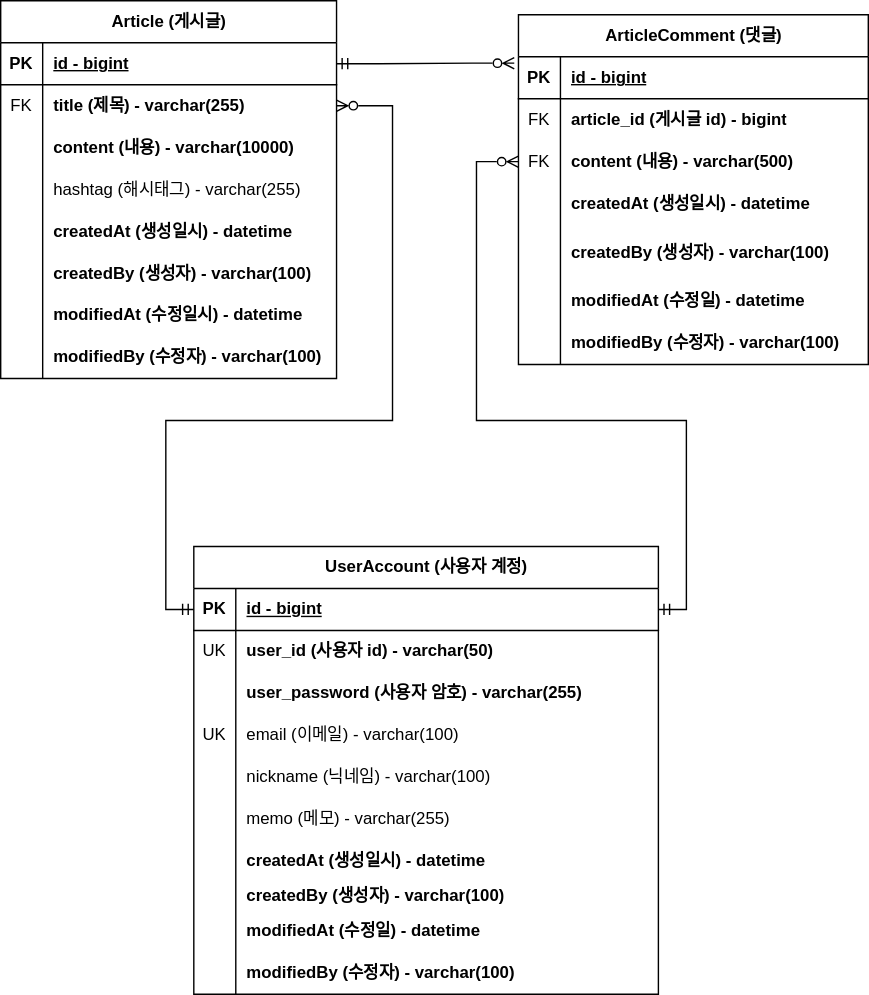
The draw.io diagram part2/document/Project-Board-ERD.svg in nayoong02/fastcampus-spring, before a commit. Source tidied: cells renumbered, new cells last; positions are measured from the earlier drawing's top-left corner, leaving out a move shared by most shapes.
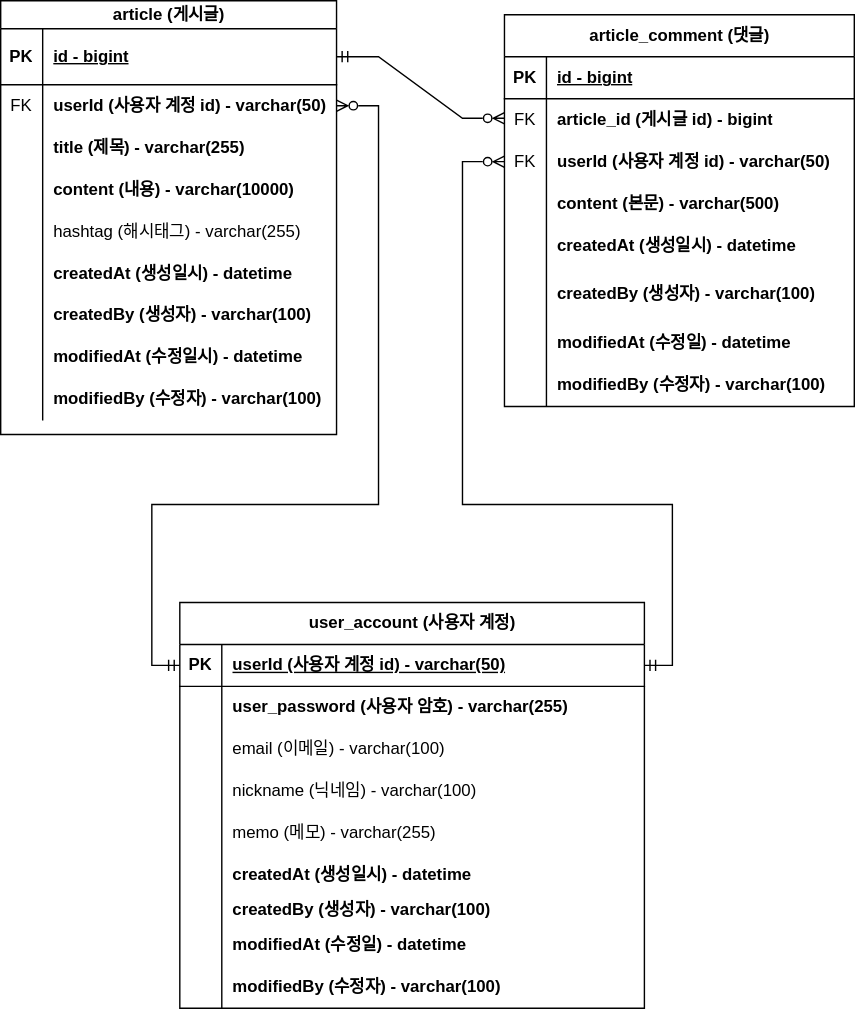
Above is the later version.

Commit message:
#35 - ERD 수정 : 회원 계정 user_id 를 PK 로 변경

회원 계정의 기존 `id` 삭제 후, `user_id` 를 PK 로 변경

What changed in the source:
```diff
@@ -4,13 +4,13 @@
     <mxCell id="1" parent="0" />
-    <mxCell id="2" value="Article (게시글)" style="shape=table;startSize=30;rowLines=0;fontStyle=1;align=center;html=1;" parent="1" vertex="1">
-      <mxGeometry width="240" height="270" as="geometry" />
+    <mxCell id="2" value="article (게시글)" style="shape=table;startSize=20;rowLines=0;fontStyle=1;align=center;html=1;" parent="1" vertex="1">
+      <mxGeometry x="10" y="-40" width="240" height="310" as="geometry" />
     </mxCell>
     <mxCell id="3" style="shape=tableRow;horizontal=0;startSize=0;swimlaneHead=0;swimlaneBody=0;fillColor=none;points=[[0,0.5],[1,0.5]];portConstraint=eastwest;top=0;left=0;right=0;bottom=1;" parent="2" vertex="1">
-      <mxGeometry y="30" width="240" height="30" as="geometry" />
+      <mxGeometry y="20" width="240" height="40" as="geometry" />
     </mxCell>
     <mxCell id="4" value="PK" style="shape=partialRectangle;fillColor=none;top=0;left=0;bottom=0;right=0;fontStyle=1;overflow=hidden;whiteSpace=wrap;html=1;" parent="3" vertex="1">
-      <mxGeometry width="30" height="30" as="geometry" />
+      <mxGeometry width="30" height="40" as="geometry" />
     </mxCell>
     <mxCell id="5" value="id - bigint" style="shape=partialRectangle;fillColor=none;top=0;left=0;bottom=0;right=0;align=left;spacingLeft=6;fontStyle=5;overflow=hidden;whiteSpace=wrap;html=1;" parent="3" vertex="1">
-      <mxGeometry x="30" width="210" height="30" as="geometry" />
+      <mxGeometry x="30" width="210" height="40" as="geometry" />
     </mxCell>
@@ -22,7 +22,16 @@
     </mxCell>
-    <mxCell id="8" value="title (제목) - varchar(255)&lt;span style=&quot;white-space: pre;&quot;&gt; &lt;/span&gt;&lt;span style=&quot;white-space: pre;&quot;&gt; &lt;/span&gt;" style="shape=partialRectangle;fillColor=none;top=0;left=0;bottom=0;right=0;align=left;spacingLeft=6;overflow=hidden;whiteSpace=wrap;html=1;fontStyle=1;" parent="6" vertex="1">
+    <mxCell id="8" value="userId (사용자 계정&amp;nbsp;id) - varchar(50)" style="shape=partialRectangle;fillColor=none;top=0;left=0;bottom=0;right=0;align=left;spacingLeft=6;overflow=hidden;whiteSpace=wrap;html=1;fontStyle=1;" parent="6" vertex="1">
       <mxGeometry x="30" width="210" height="30" as="geometry" />
     </mxCell>
+    <mxCell id="83" style="shape=tableRow;horizontal=0;startSize=0;swimlaneHead=0;swimlaneBody=0;fillColor=none;top=0;left=0;right=0;bottom=0;" parent="2" vertex="1">
+      <mxGeometry y="90" width="240" height="30" as="geometry" />
+    </mxCell>
+    <mxCell id="84" style="shape=partialRectangle;fillColor=none;top=0;left=0;bottom=0;right=0;overflow=hidden;whiteSpace=wrap;html=1;" parent="83" vertex="1">
+      <mxGeometry width="30" height="30" as="geometry" />
+    </mxCell>
+    <mxCell id="85" value="title (제목) - varchar(255)&lt;span style=&quot;white-space: pre;&quot;&gt; &lt;/span&gt;&lt;span style=&quot;white-space: pre;&quot;&gt; &lt;/span&gt;" style="shape=partialRectangle;fillColor=none;top=0;left=0;bottom=0;right=0;align=left;spacingLeft=6;overflow=hidden;whiteSpace=wrap;html=1;fontStyle=1;" parent="83" vertex="1">
+      <mxGeometry x="30" width="210" height="30" as="geometry" />
+    </mxCell>
     <mxCell id="9" style="shape=tableRow;horizontal=0;startSize=0;swimlaneHead=0;swimlaneBody=0;fillColor=none;top=0;left=0;right=0;bottom=0;" parent="2" vertex="1">
-      <mxGeometry y="90" width="240" height="30" as="geometry" />
+      <mxGeometry y="120" width="240" height="30" as="geometry" />
     </mxCell>
@@ -35,3 +44,3 @@
     <mxCell id="12" style="shape=tableRow;horizontal=0;startSize=0;swimlaneHead=0;swimlaneBody=0;fillColor=none;top=0;left=0;right=0;bottom=0;" parent="2" vertex="1">
-      <mxGeometry y="120" width="240" height="30" as="geometry" />
+      <mxGeometry y="150" width="240" height="30" as="geometry" />
     </mxCell>
@@ -44,3 +53,3 @@
     <mxCell id="15" style="shape=tableRow;horizontal=0;startSize=0;swimlaneHead=0;swimlaneBody=0;fillColor=none;top=0;left=0;right=0;bottom=0;" parent="2" vertex="1">
-      <mxGeometry y="150" width="240" height="30" as="geometry" />
+      <mxGeometry y="180" width="240" height="30" as="geometry" />
     </mxCell>
@@ -53,3 +62,3 @@
     <mxCell id="18" style="shape=tableRow;horizontal=0;startSize=0;swimlaneHead=0;swimlaneBody=0;fillColor=none;top=0;left=0;right=0;bottom=0;" parent="2" vertex="1">
-      <mxGeometry y="180" width="240" height="30" as="geometry" />
+      <mxGeometry y="210" width="240" height="30" as="geometry" />
     </mxCell>
@@ -62,3 +71,3 @@
     <mxCell id="21" style="shape=tableRow;horizontal=0;startSize=0;swimlaneHead=0;swimlaneBody=0;fillColor=none;top=0;left=0;right=0;bottom=0;" parent="2" vertex="1">
-      <mxGeometry y="210" width="240" height="30" as="geometry" />
+      <mxGeometry y="240" width="240" height="30" as="geometry" />
     </mxCell>
@@ -71,3 +80,3 @@
     <mxCell id="24" style="shape=tableRow;horizontal=0;startSize=0;swimlaneHead=0;swimlaneBody=0;fillColor=none;top=0;left=0;right=0;bottom=0;" parent="2" vertex="1">
-      <mxGeometry y="240" width="240" height="30" as="geometry" />
+      <mxGeometry y="270" width="240" height="30" as="geometry" />
     </mxCell>
@@ -79,4 +88,4 @@
     </mxCell>
-    <mxCell id="27" value="ArticleComment (댓글)" style="shape=table;startSize=30;rowLines=0;fontStyle=1;align=center;html=1;" parent="1" vertex="1">
-      <mxGeometry x="370" y="10" width="250" height="250" as="geometry" />
+    <mxCell id="27" value="article_comment (댓글)" style="shape=table;startSize=30;rowLines=0;fontStyle=1;align=center;html=1;" parent="1" vertex="1">
+      <mxGeometry x="370" y="-30" width="250" height="280" as="geometry" />
     </mxCell>
@@ -106,7 +115,16 @@
     </mxCell>
-    <mxCell id="36" value="content (내용) - varchar(500)" style="shape=partialRectangle;fillColor=none;top=0;left=0;bottom=0;right=0;align=left;spacingLeft=6;overflow=hidden;whiteSpace=wrap;html=1;fontStyle=1;" parent="34" vertex="1">
+    <mxCell id="36" value="userId (사용자 계정 id) - varchar(50)" style="shape=partialRectangle;fillColor=none;top=0;left=0;bottom=0;right=0;align=left;spacingLeft=6;overflow=hidden;whiteSpace=wrap;html=1;fontStyle=1;" parent="34" vertex="1">
       <mxGeometry x="30" width="220" height="30" as="geometry" />
     </mxCell>
+    <mxCell id="86" style="shape=tableRow;horizontal=0;startSize=0;swimlaneHead=0;swimlaneBody=0;fillColor=none;top=0;left=0;right=0;bottom=0;" parent="27" vertex="1">
+      <mxGeometry y="120" width="250" height="30" as="geometry" />
+    </mxCell>
+    <mxCell id="87" style="shape=partialRectangle;fillColor=none;top=0;left=0;bottom=0;right=0;overflow=hidden;whiteSpace=wrap;html=1;" parent="86" vertex="1">
+      <mxGeometry width="30" height="30" as="geometry" />
+    </mxCell>
+    <mxCell id="88" value="content (본문) - varchar(500)" style="shape=partialRectangle;fillColor=none;top=0;left=0;bottom=0;right=0;align=left;spacingLeft=6;overflow=hidden;whiteSpace=wrap;html=1;fontStyle=1;" parent="86" vertex="1">
+      <mxGeometry x="30" width="220" height="30" as="geometry" />
+    </mxCell>
     <mxCell id="37" style="shape=tableRow;horizontal=0;startSize=0;swimlaneHead=0;swimlaneBody=0;fillColor=none;top=0;left=0;right=0;bottom=0;" parent="27" vertex="1">
-      <mxGeometry y="120" width="250" height="30" as="geometry" />
+      <mxGeometry y="150" width="250" height="30" as="geometry" />
     </mxCell>
@@ -119,3 +137,3 @@
     <mxCell id="40" style="shape=tableRow;horizontal=0;startSize=0;swimlaneHead=0;swimlaneBody=0;fillColor=none;top=0;left=0;right=0;bottom=0;" parent="27" vertex="1">
-      <mxGeometry y="150" width="250" height="40" as="geometry" />
+      <mxGeometry y="180" width="250" height="40" as="geometry" />
     </mxCell>
@@ -128,3 +146,3 @@
     <mxCell id="43" style="shape=tableRow;horizontal=0;startSize=0;swimlaneHead=0;swimlaneBody=0;fillColor=none;top=0;left=0;right=0;bottom=0;" parent="27" vertex="1">
-      <mxGeometry y="190" width="250" height="30" as="geometry" />
+      <mxGeometry y="220" width="250" height="30" as="geometry" />
     </mxCell>
@@ -137,3 +155,3 @@
     <mxCell id="46" style="shape=tableRow;horizontal=0;startSize=0;swimlaneHead=0;swimlaneBody=0;fillColor=none;top=0;left=0;right=0;bottom=0;" parent="27" vertex="1">
-      <mxGeometry y="220" width="250" height="30" as="geometry" />
+      <mxGeometry y="250" width="250" height="30" as="geometry" />
     </mxCell>
@@ -145,7 +163,9 @@
     </mxCell>
-    <mxCell id="49" style="edgeStyle=entityRelationEdgeStyle;fontSize=12;html=1;endArrow=ERzeroToMany;startArrow=ERmandOne;rounded=0;entryX=-0.012;entryY=0.154;entryDx=0;entryDy=0;entryPerimeter=0;exitX=1;exitY=0.5;exitDx=0;exitDy=0;endFill=0;" parent="1" edge="1" source="3" target="28">
-      <mxGeometry relative="1" as="geometry" />
+    <mxCell id="49" style="edgeStyle=entityRelationEdgeStyle;fontSize=12;html=1;endArrow=ERzeroToMany;startArrow=ERmandOne;rounded=0;exitX=1;exitY=0.5;exitDx=0;exitDy=0;endFill=0;" parent="1" edge="1" source="3">
+      <mxGeometry relative="1" as="geometry">
+        <mxPoint x="370" y="44" as="targetPoint" />
+      </mxGeometry>
     </mxCell>
-    <mxCell id="50" value="UserAccount (사용자 계정)" style="shape=table;startSize=30;rowLines=0;fontStyle=1;align=center;html=1;" parent="1" vertex="1">
-      <mxGeometry x="138" y="390" width="332" height="320" as="geometry" />
+    <mxCell id="50" value="user_account (사용자 계정)" style="shape=table;startSize=30;rowLines=0;fontStyle=1;align=center;html=1;" parent="1" vertex="1">
+      <mxGeometry x="138" y="390" width="332" height="290" as="geometry" />
     </mxCell>
@@ -157,16 +177,7 @@
     </mxCell>
-    <mxCell id="53" value="id - bigint" style="shape=partialRectangle;fillColor=none;top=0;left=0;bottom=0;right=0;align=left;spacingLeft=6;fontStyle=5;overflow=hidden;whiteSpace=wrap;html=1;" parent="51" vertex="1">
+    <mxCell id="53" value="userId (사용자 계정 id) - varchar(50)" style="shape=partialRectangle;fillColor=none;top=0;left=0;bottom=0;right=0;align=left;spacingLeft=6;fontStyle=5;overflow=hidden;whiteSpace=wrap;html=1;" parent="51" vertex="1">
       <mxGeometry x="30" width="302" height="30" as="geometry" />
     </mxCell>
-    <mxCell id="54" style="shape=tableRow;horizontal=0;startSize=0;swimlaneHead=0;swimlaneBody=0;fillColor=none;top=0;left=0;right=0;bottom=0;" parent="50" vertex="1">
-      <mxGeometry y="60" width="332" height="30" as="geometry" />
-    </mxCell>
-    <mxCell id="55" value="&lt;span style=&quot;font-weight: normal;&quot;&gt;UK&lt;/span&gt;" style="shape=partialRectangle;fillColor=none;top=0;left=0;bottom=0;right=0;overflow=hidden;whiteSpace=wrap;html=1;fontStyle=1;" parent="54" vertex="1">
-      <mxGeometry width="30" height="30" as="geometry" />
-    </mxCell>
-    <mxCell id="56" value="user_id (사용자 id) - varchar(50)" style="shape=partialRectangle;fillColor=none;top=0;left=0;bottom=0;right=0;align=left;spacingLeft=6;overflow=hidden;whiteSpace=wrap;html=1;fontStyle=1;" parent="54" vertex="1">
-      <mxGeometry x="30" width="302" height="30" as="geometry" />
-    </mxCell>
     <mxCell id="57" style="shape=tableRow;horizontal=0;startSize=0;swimlaneHead=0;swimlaneBody=0;fillColor=none;top=0;left=0;right=0;bottom=0;" parent="50" vertex="1">
-      <mxGeometry y="90" width="332" height="30" as="geometry" />
+      <mxGeometry y="60" width="332" height="30" as="geometry" />
     </mxCell>
@@ -179,5 +190,5 @@
     <mxCell id="60" style="shape=tableRow;horizontal=0;startSize=0;swimlaneHead=0;swimlaneBody=0;fillColor=none;top=0;left=0;right=0;bottom=0;" parent="50" vertex="1">
-      <mxGeometry y="120" width="332" height="30" as="geometry" />
+      <mxGeometry y="90" width="332" height="30" as="geometry" />
     </mxCell>
-    <mxCell id="61" value="UK" style="shape=partialRectangle;fillColor=none;top=0;left=0;bottom=0;right=0;overflow=hidden;whiteSpace=wrap;html=1;" parent="60" vertex="1">
+    <mxCell id="61" style="shape=partialRectangle;fillColor=none;top=0;left=0;bottom=0;right=0;overflow=hidden;whiteSpace=wrap;html=1;" parent="60" vertex="1">
       <mxGeometry width="30" height="30" as="geometry" />
@@ -188,3 +199,3 @@
     <mxCell id="63" style="shape=tableRow;horizontal=0;startSize=0;swimlaneHead=0;swimlaneBody=0;fillColor=none;top=0;left=0;right=0;bottom=0;" parent="50" vertex="1">
-      <mxGeometry y="150" width="332" height="30" as="geometry" />
+      <mxGeometry y="120" width="332" height="30" as="geometry" />
     </mxCell>
@@ -197,3 +208,3 @@
     <mxCell id="66" style="shape=tableRow;horizontal=0;startSize=0;swimlaneHead=0;swimlaneBody=0;fillColor=none;top=0;left=0;right=0;bottom=0;" parent="50" vertex="1">
-      <mxGeometry y="180" width="332" height="30" as="geometry" />
+      <mxGeometry y="150" width="332" height="30" as="geometry" />
     </mxCell>
@@ -206,3 +217,3 @@
     <mxCell id="69" style="shape=tableRow;horizontal=0;startSize=0;swimlaneHead=0;swimlaneBody=0;fillColor=none;top=0;left=0;right=0;bottom=0;" parent="50" vertex="1">
-      <mxGeometry y="210" width="332" height="30" as="geometry" />
+      <mxGeometry y="180" width="332" height="30" as="geometry" />
     </mxCell>
@@ -215,3 +226,3 @@
     <mxCell id="72" style="shape=tableRow;horizontal=0;startSize=0;swimlaneHead=0;swimlaneBody=0;fillColor=none;top=0;left=0;right=0;bottom=0;" parent="50" vertex="1">
-      <mxGeometry y="240" width="332" height="20" as="geometry" />
+      <mxGeometry y="210" width="332" height="20" as="geometry" />
     </mxCell>
@@ -224,3 +235,3 @@
     <mxCell id="75" style="shape=tableRow;horizontal=0;startSize=0;swimlaneHead=0;swimlaneBody=0;fillColor=none;top=0;left=0;right=0;bottom=0;" parent="50" vertex="1">
-      <mxGeometry y="260" width="332" height="30" as="geometry" />
+      <mxGeometry y="230" width="332" height="30" as="geometry" />
     </mxCell>
@@ -233,3 +244,3 @@
     <mxCell id="78" style="shape=tableRow;horizontal=0;startSize=0;swimlaneHead=0;swimlaneBody=0;fillColor=none;top=0;left=0;right=0;bottom=0;" parent="50" vertex="1">
-      <mxGeometry y="290" width="332" height="30" as="geometry" />
+      <mxGeometry y="260" width="332" height="30" as="geometry" />
     </mxCell>
@@ -244,5 +255,5 @@
         <Array as="points">
-          <mxPoint x="340" y="115" />
-          <mxPoint x="340" y="300" />
-          <mxPoint x="490" y="300" />
+          <mxPoint x="340" y="75" />
+          <mxPoint x="340" y="320" />
+          <mxPoint x="490" y="320" />
           <mxPoint x="490" y="435" />
@@ -255,5 +266,5 @@
           <mxPoint x="118" y="435" />
-          <mxPoint x="118" y="300" />
-          <mxPoint x="280" y="300" />
-          <mxPoint x="280" y="75" />
+          <mxPoint x="118" y="320" />
+          <mxPoint x="280" y="320" />
+          <mxPoint x="280" y="35" />
         </Array>
```
